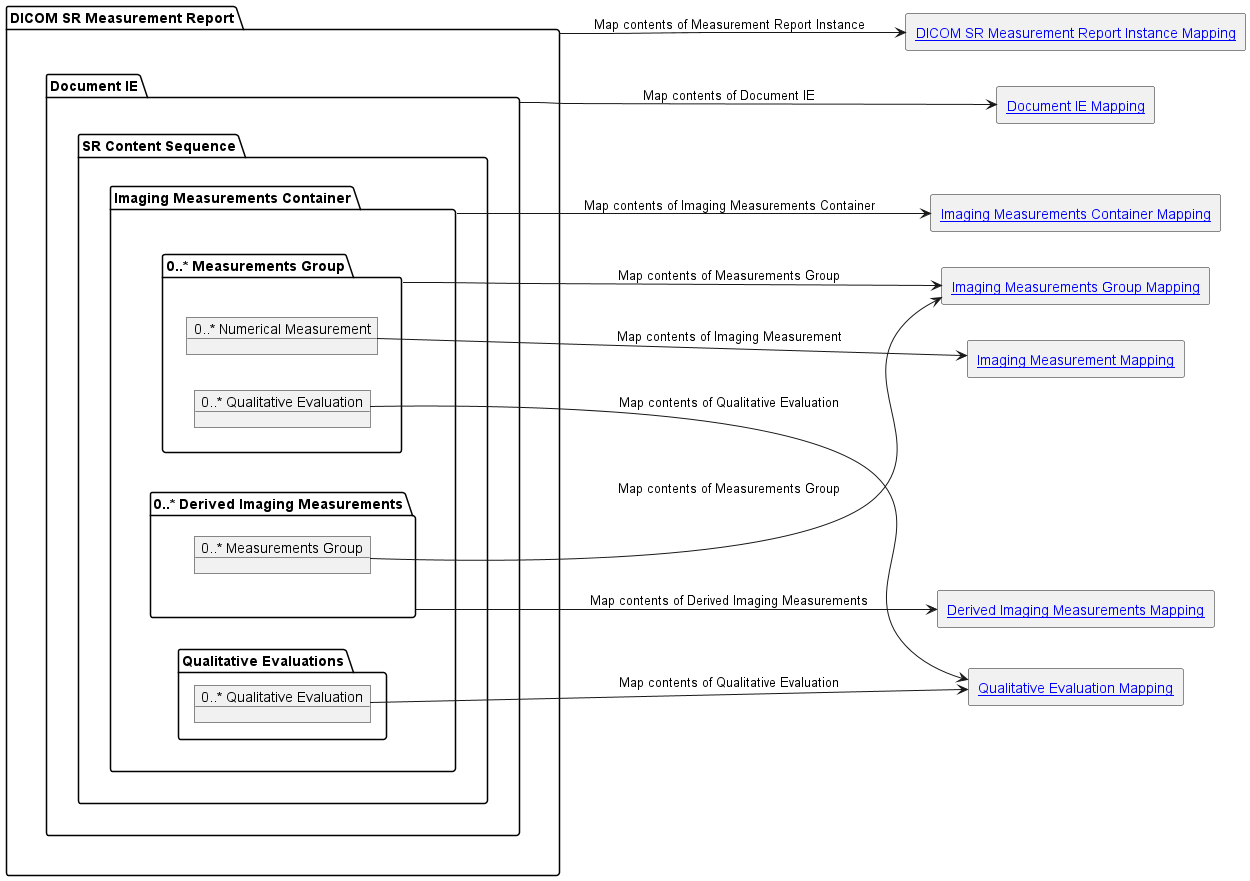
Earlier version of the PlantUML export input/images/dicom_sr_measurement_report_mapping_overview.png (HL7/dicom-sr). Its diagram source:
```plantuml
@startuml dicom_sr_measurement_report_mapping_overview
skinparam componentStyle rectangle
allowmixing
left to right direction
package "DICOM SR Measurement Report" as measurementReport {
    package "Document IE" as documentIE {
        package "SR Content Sequence" as srContentSequence {
            package "Imaging Measurements Container" as imagingMeasurementsContainer {
                package "0..* Measurements Group" as measurementsGroup {
                    object "0..* Numerical Measurement" as numericalMeasurement
                    object "0..* Qualitative Evaluation" as measurementGroupQualitativeEvaluation
                }
                package "0..* Derived Imaging Measurements" as derivedImagingMeasurements {
                    object "0..* Measurements Group" as derivedMeasurementsGroup
                }
                package "Qualitative Evaluations" as qualitativeEvaluations {
                    object "0..* Qualitative Evaluation" as qualitativeEvaluation
                }
            }
        }
    }
}

component "[[mapping.html#dicom-sr-measurement-report-instance-mapping DICOM SR Measurement Report Instance Mapping]]" as measurementReportInstanceMapping
component "[[mapping.html#document-ie-mapping Document IE Mapping]]" as documentIEMapping
component "[[mapping.html#imaging-measurements-container-mapping Imaging Measurements Container Mapping]]" as imagingMeasurementsContainerMapping
component "[[mapping.html#imaging-measurement-group-mapping Imaging Measurements Group Mapping]]" as imagingMeasurementGroupMapping
component "[[mapping.html#imaging-measurement-mapping Imaging Measurement Mapping]]" as imagingMeasurementMapping
component "[[mapping.html#imaging-qualitative-evaluation-mapping Qualitative Evaluation Mapping]]" as qualitativeEvaluationMapping
component "[[mapping.html#derived-imaging-measurement-mapping Derived Imaging Measurements Mapping]]" as derivedImagingMeasurementsMapping

measurementReport --> measurementReportInstanceMapping: Map contents of Measurement Report Instance
documentIE --> documentIEMapping: Map contents of Document IE
imagingMeasurementsContainer --> imagingMeasurementsContainerMapping: Map contents of Imaging Measurements Container
measurementsGroup --> imagingMeasurementGroupMapping: Map contents of Measurements Group
numericalMeasurement --> imagingMeasurementMapping: Map contents of Imaging Measurement
measurementGroupQualitativeEvaluation --> qualitativeEvaluationMapping: Map contents of Qualitative Evaluation
derivedImagingMeasurements --> derivedImagingMeasurementsMapping: Map contents of Derived Imaging Measurements
derivedMeasurementsGroup --> imagingMeasurementGroupMapping: Map contents of Measurements Group
qualitativeEvaluation --> qualitativeEvaluationMapping: Map contents of Qualitative Evaluation

@enduml
```
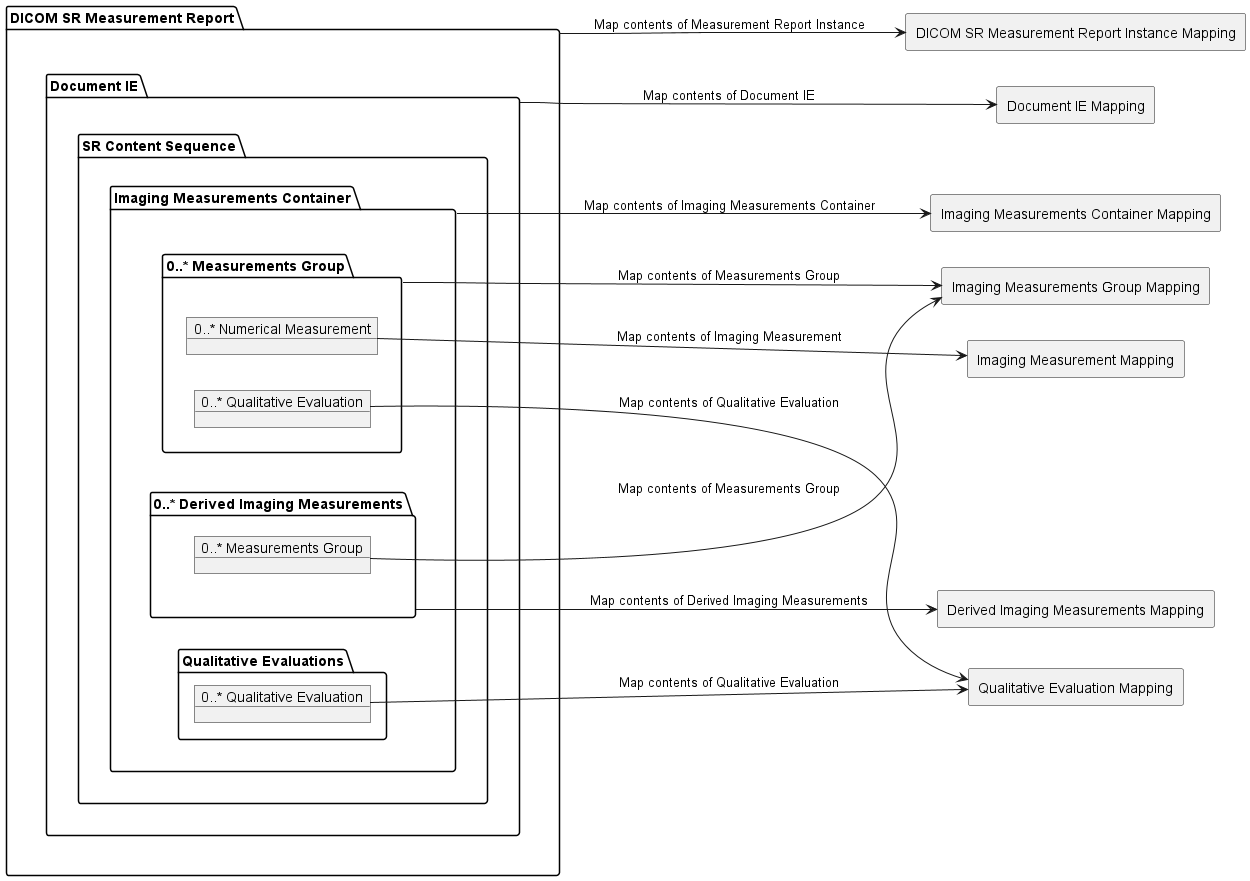
The same diagram one commit later.

The edit, as a diff of the source:
```diff
@@ -21,13 +21,13 @@
     }
 }
 
-component "[[mapping.html#dicom-sr-measurement-report-instance-mapping DICOM SR Measurement Report Instance Mapping]]" as measurementReportInstanceMapping
-component "[[mapping.html#document-ie-mapping Document IE Mapping]]" as documentIEMapping
-component "[[mapping.html#imaging-measurements-container-mapping Imaging Measurements Container Mapping]]" as imagingMeasurementsContainerMapping
-component "[[mapping.html#imaging-measurement-group-mapping Imaging Measurements Group Mapping]]" as imagingMeasurementGroupMapping
-component "[[mapping.html#imaging-measurement-mapping Imaging Measurement Mapping]]" as imagingMeasurementMapping
-component "[[mapping.html#imaging-qualitative-evaluation-mapping Qualitative Evaluation Mapping]]" as qualitativeEvaluationMapping
-component "[[mapping.html#derived-imaging-measurement-mapping Derived Imaging Measurements Mapping]]" as derivedImagingMeasurementsMapping
+component "DICOM SR Measurement Report Instance Mapping" as measurementReportInstanceMapping
+component "Document IE Mapping" as documentIEMapping
+component "Imaging Measurements Container Mapping" as imagingMeasurementsContainerMapping
+component "Imaging Measurements Group Mapping" as imagingMeasurementGroupMapping
+component "Imaging Measurement Mapping" as imagingMeasurementMapping
+component "Qualitative Evaluation Mapping" as qualitativeEvaluationMapping
+component "Derived Imaging Measurements Mapping" as derivedImagingMeasurementsMapping
 
 measurementReport --> measurementReportInstanceMapping: Map contents of Measurement Report Instance
 documentIE --> documentIEMapping: Map contents of Document IE
```
